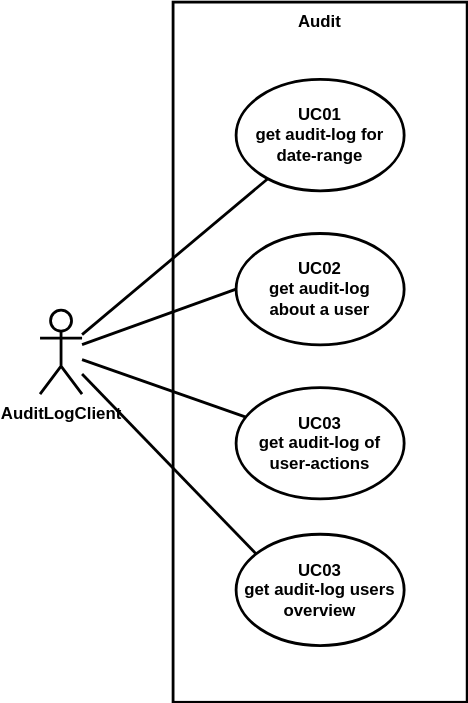
Earlier version of the draw.io export src/template_thesis/diagrams/audit_component/audit_component_business_context.drawio.svg (HaniAlshikh/bachelor-thesis). Source tidied: cells renumbered, new cells last; positions are measured from the earlier drawing's top-left corner, leaving out a move shared by most shapes. The source it was exported from:
```xml
<mxGraphModel background="#ffffff">
  <root>
    <mxCell id="0" />
    <mxCell id="1" parent="0" />
    <mxCell id="2" value="&lt;b&gt;Audit&lt;/b&gt;" style="rounded=0;whiteSpace=wrap;html=1;strokeWidth=2;verticalAlign=top;" parent="1" vertex="1">
      <mxGeometry x="95" width="210" height="500" as="geometry" />
    </mxCell>
    <mxCell id="3" style="edgeStyle=none;rounded=0;jettySize=auto;html=1;fontFamily=Helvetica;fontSize=12;endArrow=none;endFill=0;strokeWidth=2;" parent="1" edge="1" source="8" target="9">
      <mxGeometry relative="1" as="geometry" />
    </mxCell>
    <mxCell id="4" style="edgeStyle=none;rounded=0;jettySize=auto;html=1;entryX=0;entryY=0.5;entryDx=0;entryDy=0;fontFamily=Helvetica;fontSize=12;endArrow=none;endFill=0;strokeWidth=2;" parent="1" edge="1" source="8" target="5">
      <mxGeometry relative="1" as="geometry" />
    </mxCell>
    <mxCell id="5" value="&lt;b&gt;UC02&lt;/b&gt;&lt;br&gt;&lt;b&gt;get audit-log &lt;br&gt;about a user&lt;/b&gt;" style="ellipse;whiteSpace=wrap;html=1;strokeWidth=2;" parent="1" vertex="1">
      <mxGeometry x="140" y="165.2" width="120" height="79.5" as="geometry" />
    </mxCell>
    <mxCell id="6" style="edgeStyle=none;shape=connector;rounded=0;html=1;labelBackgroundColor=default;fontFamily=Helvetica;fontSize=12;fontColor=default;endArrow=none;endFill=0;strokeColor=default;strokeWidth=2;" parent="1" edge="1" source="8" target="10">
      <mxGeometry relative="1" as="geometry" />
    </mxCell>
    <mxCell id="7" style="edgeStyle=none;shape=connector;rounded=0;html=1;entryX=0.167;entryY=0.252;entryDx=0;entryDy=0;entryPerimeter=0;labelBackgroundColor=default;fontFamily=Helvetica;fontSize=12;fontColor=default;endArrow=none;endFill=0;strokeColor=default;strokeWidth=2;" parent="1" edge="1" source="8" target="11">
      <mxGeometry relative="1" as="geometry" />
    </mxCell>
    <mxCell id="8" value="&lt;b&gt;AuditLogClient&lt;/b&gt;" style="shape=umlActor;verticalLabelPosition=bottom;verticalAlign=top;html=1;outlineConnect=0;strokeWidth=2;" parent="1" vertex="1">
      <mxGeometry y="220" width="30" height="60" as="geometry" />
    </mxCell>
    <mxCell id="9" value="&lt;b&gt;UC03&lt;br&gt;get audit-log of user-actions&lt;/b&gt;" style="ellipse;whiteSpace=wrap;html=1;strokeWidth=2;" parent="1" vertex="1">
      <mxGeometry x="140" y="275.2" width="120" height="79.5" as="geometry" />
    </mxCell>
    <mxCell id="10" value="&lt;b&gt;UC01&lt;/b&gt;&lt;br&gt;&lt;b&gt;get audit-log for date-range&lt;/b&gt;" style="ellipse;whiteSpace=wrap;html=1;strokeWidth=2;" parent="1" vertex="1">
      <mxGeometry x="140" y="55.2" width="120" height="79.5" as="geometry" />
    </mxCell>
    <mxCell id="11" value="&lt;b&gt;UC03&lt;br&gt;get audit-log users overview&lt;/b&gt;" style="ellipse;whiteSpace=wrap;html=1;strokeWidth=2;" parent="1" vertex="1">
      <mxGeometry x="140" y="380" width="120" height="79.5" as="geometry" />
    </mxCell>
  </root>
</mxGraphModel>
```
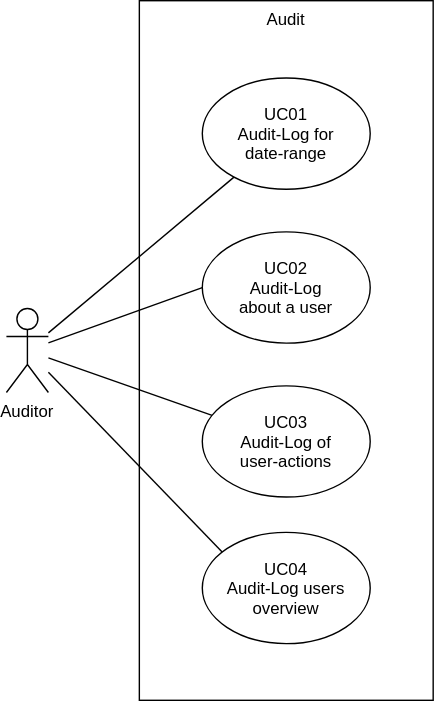
The same diagram one commit later.

What changed in the source:
```diff
@@ -2,34 +2,34 @@
   <root>
     <mxCell id="0" />
     <mxCell id="1" parent="0" />
-    <mxCell id="2" value="&lt;b&gt;Audit&lt;/b&gt;" style="rounded=0;whiteSpace=wrap;html=1;strokeWidth=2;verticalAlign=top;" parent="1" vertex="1">
+    <mxCell id="2" value="Audit" style="rounded=0;strokeWidth=1;verticalAlign=top;" parent="1" vertex="1">
       <mxGeometry x="95" width="210" height="500" as="geometry" />
     </mxCell>
-    <mxCell id="3" style="edgeStyle=none;rounded=0;jettySize=auto;html=1;fontFamily=Helvetica;fontSize=12;endArrow=none;endFill=0;strokeWidth=2;" parent="1" edge="1" source="8" target="9">
+    <mxCell id="3" style="edgeStyle=none;rounded=0;jettySize=auto;fontFamily=Helvetica;fontSize=12;endArrow=none;endFill=0;strokeWidth=1;" parent="1" edge="1" source="8" target="9">
       <mxGeometry relative="1" as="geometry" />
     </mxCell>
-    <mxCell id="4" style="edgeStyle=none;rounded=0;jettySize=auto;html=1;entryX=0;entryY=0.5;entryDx=0;entryDy=0;fontFamily=Helvetica;fontSize=12;endArrow=none;endFill=0;strokeWidth=2;" parent="1" edge="1" source="8" target="5">
+    <mxCell id="4" style="edgeStyle=none;rounded=0;jettySize=auto;entryX=0;entryY=0.5;entryDx=0;entryDy=0;fontFamily=Helvetica;fontSize=12;endArrow=none;endFill=0;strokeWidth=1;" parent="1" edge="1" source="8" target="5">
       <mxGeometry relative="1" as="geometry" />
     </mxCell>
-    <mxCell id="5" value="&lt;b&gt;UC02&lt;/b&gt;&lt;br&gt;&lt;b&gt;get audit-log &lt;br&gt;about a user&lt;/b&gt;" style="ellipse;whiteSpace=wrap;html=1;strokeWidth=2;" parent="1" vertex="1">
+    <mxCell id="5" value="UC02&#10;Audit-Log &#10;about a user" style="ellipse;strokeWidth=1;" parent="1" vertex="1">
       <mxGeometry x="140" y="165.2" width="120" height="79.5" as="geometry" />
     </mxCell>
-    <mxCell id="6" style="edgeStyle=none;shape=connector;rounded=0;html=1;labelBackgroundColor=default;fontFamily=Helvetica;fontSize=12;fontColor=default;endArrow=none;endFill=0;strokeColor=default;strokeWidth=2;" parent="1" edge="1" source="8" target="10">
+    <mxCell id="6" style="edgeStyle=none;shape=connector;rounded=0;labelBackgroundColor=default;fontFamily=Helvetica;fontSize=12;fontColor=default;endArrow=none;endFill=0;strokeColor=default;strokeWidth=1;" parent="1" edge="1" source="8" target="10">
       <mxGeometry relative="1" as="geometry" />
     </mxCell>
-    <mxCell id="7" style="edgeStyle=none;shape=connector;rounded=0;html=1;entryX=0.167;entryY=0.252;entryDx=0;entryDy=0;entryPerimeter=0;labelBackgroundColor=default;fontFamily=Helvetica;fontSize=12;fontColor=default;endArrow=none;endFill=0;strokeColor=default;strokeWidth=2;" parent="1" edge="1" source="8" target="11">
+    <mxCell id="7" style="edgeStyle=none;shape=connector;rounded=0;entryX=0.167;entryY=0.252;entryDx=0;entryDy=0;entryPerimeter=0;labelBackgroundColor=default;fontFamily=Helvetica;fontSize=12;fontColor=default;endArrow=none;endFill=0;strokeColor=default;strokeWidth=1;" parent="1" edge="1" source="8" target="11">
       <mxGeometry relative="1" as="geometry" />
     </mxCell>
-    <mxCell id="8" value="&lt;b&gt;AuditLogClient&lt;/b&gt;" style="shape=umlActor;verticalLabelPosition=bottom;verticalAlign=top;html=1;outlineConnect=0;strokeWidth=2;" parent="1" vertex="1">
+    <mxCell id="8" value="Auditor" style="shape=umlActor;verticalLabelPosition=bottom;verticalAlign=top;outlineConnect=0;strokeWidth=1;" parent="1" vertex="1">
       <mxGeometry y="220" width="30" height="60" as="geometry" />
     </mxCell>
-    <mxCell id="9" value="&lt;b&gt;UC03&lt;br&gt;get audit-log of user-actions&lt;/b&gt;" style="ellipse;whiteSpace=wrap;html=1;strokeWidth=2;" parent="1" vertex="1">
+    <mxCell id="9" value="UC03&#10;Audit-Log of&#10; user-actions" style="ellipse;strokeWidth=1;" parent="1" vertex="1">
       <mxGeometry x="140" y="275.2" width="120" height="79.5" as="geometry" />
     </mxCell>
-    <mxCell id="10" value="&lt;b&gt;UC01&lt;/b&gt;&lt;br&gt;&lt;b&gt;get audit-log for date-range&lt;/b&gt;" style="ellipse;whiteSpace=wrap;html=1;strokeWidth=2;" parent="1" vertex="1">
+    <mxCell id="10" value="UC01&#10;Audit-Log for &#10;date-range" style="ellipse;strokeWidth=1;" parent="1" vertex="1">
       <mxGeometry x="140" y="55.2" width="120" height="79.5" as="geometry" />
     </mxCell>
-    <mxCell id="11" value="&lt;b&gt;UC03&lt;br&gt;get audit-log users overview&lt;/b&gt;" style="ellipse;whiteSpace=wrap;html=1;strokeWidth=2;" parent="1" vertex="1">
+    <mxCell id="11" value="UC04&#10;Audit-Log users&#10; overview" style="ellipse;strokeWidth=1;" parent="1" vertex="1">
       <mxGeometry x="140" y="380" width="120" height="79.5" as="geometry" />
     </mxCell>
   </root>
```
